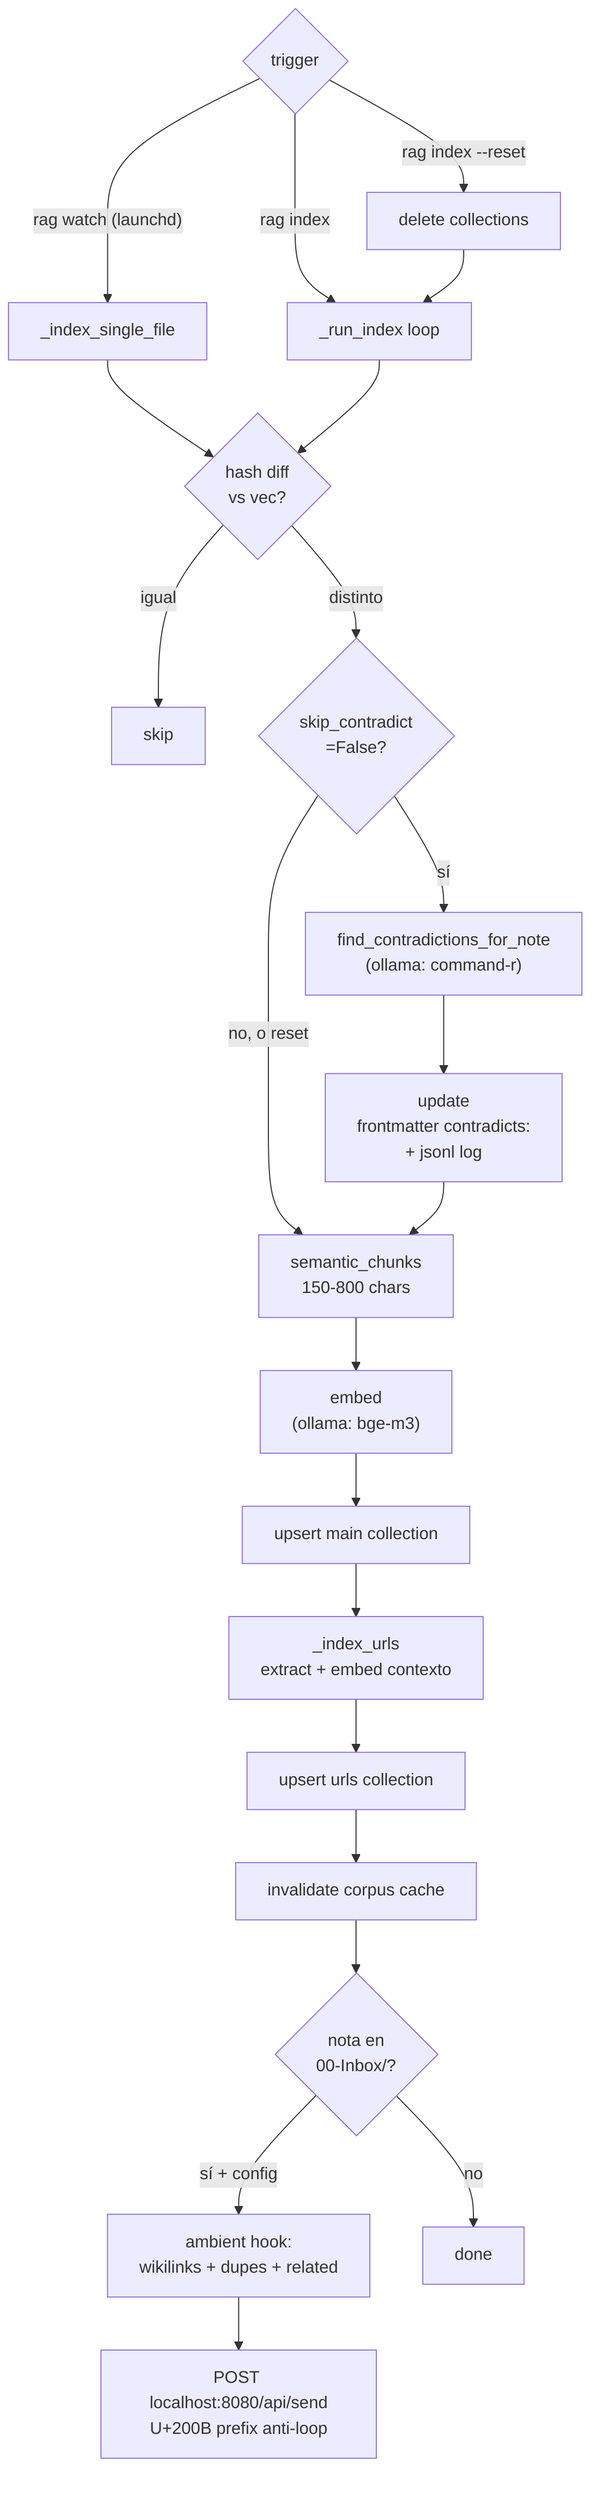
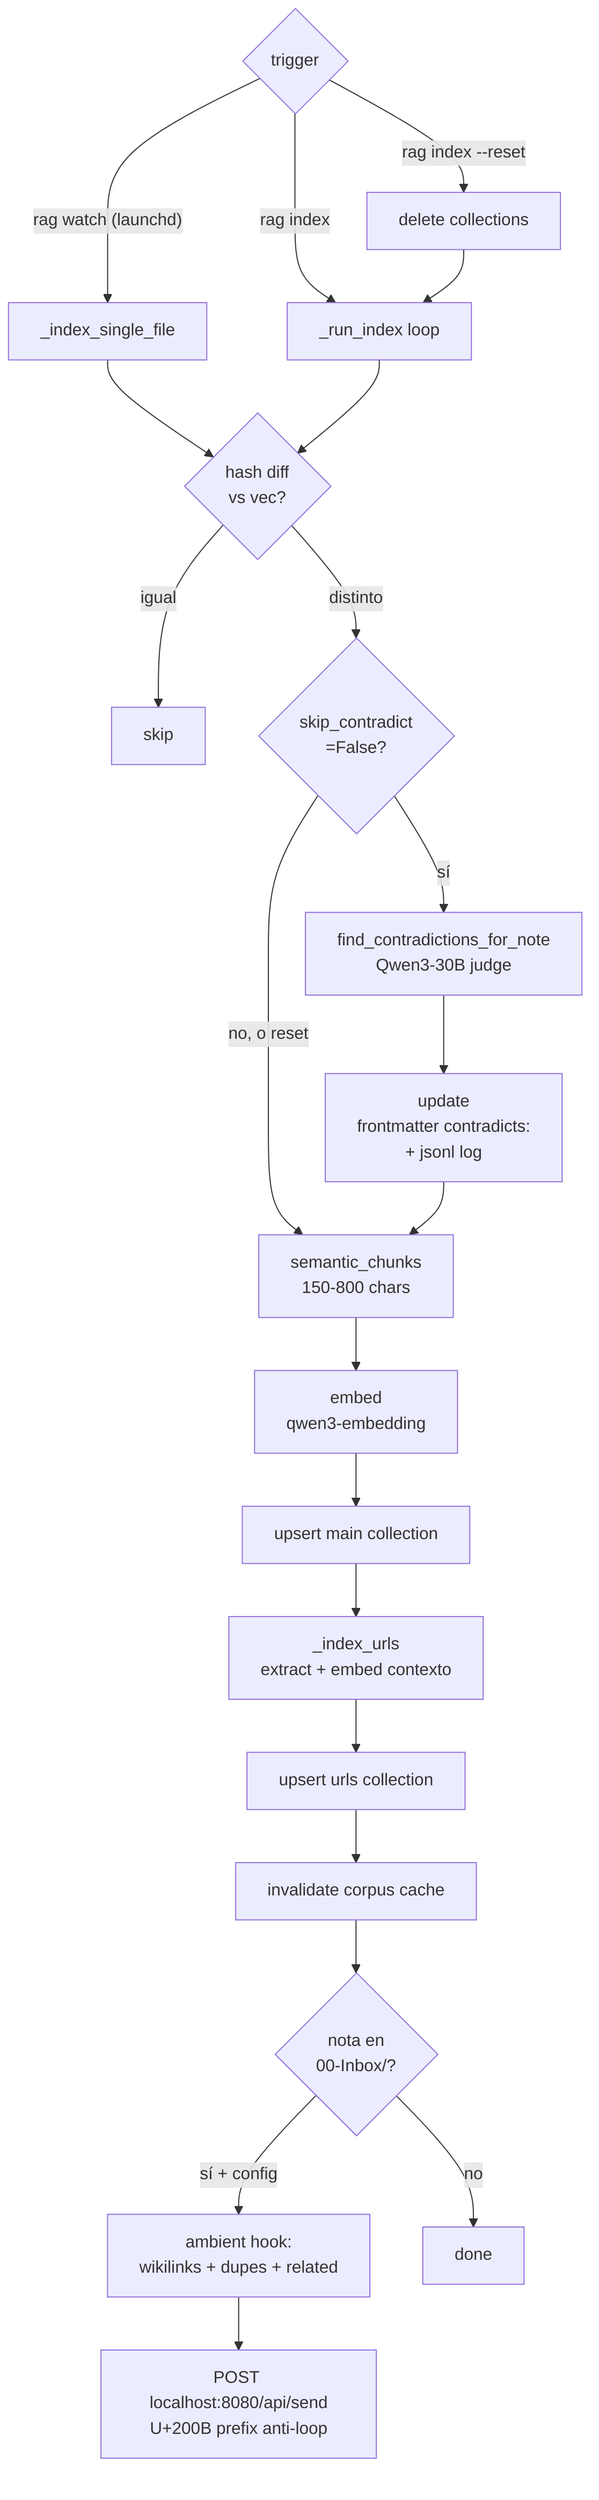
flowchart TD
    Trig{trigger}
    Trig -->|"rag watch (launchd)"| Single[_index_single_file]
    Trig -->|"rag index"| Bulk[_run_index loop]
    Trig -->|"rag index --reset"| Drop[delete collections] --> Bulk

    Single --> Hash{hash diff<br/>vs vec?}
    Bulk --> Hash
    Hash -->|igual| Skip[skip]
    Hash -->|distinto| ContrCheck{skip_contradict<br/>=False?}
-     ContrCheck -->|sí| Contr["find_contradictions_for_note<br/>(ollama: command-r)"] --> WriteFM["update<br/>frontmatter contradicts:<br/>+ jsonl log"]
+     ContrCheck -->|sí| Contr["find_contradictions_for_note<br/>Qwen3-30B judge"] --> WriteFM["update<br/>frontmatter contradicts:<br/>+ jsonl log"]
    ContrCheck -->|no, o reset| Chunks
    WriteFM --> Chunks[semantic_chunks<br/>150-800 chars]
-     Chunks --> EmbedC["embed<br/>(ollama: bge-m3)"]
+     Chunks --> EmbedC["embed<br/>qwen3-embedding"]
    EmbedC --> Upsert[upsert main collection]
    Upsert --> URLs[_index_urls<br/>extract + embed contexto]
    URLs --> URLUpsert[upsert urls collection]
    URLUpsert --> Cache[invalidate corpus cache]
    Cache --> Ambient{nota en<br/>00-Inbox/?}
    Ambient -->|sí + config| Hook[ambient hook:<br/>wikilinks + dupes + related]
    Hook --> WA[POST localhost:8080/api/send<br/>U+200B prefix anti-loop]
    Ambient -->|no| Done[done]
